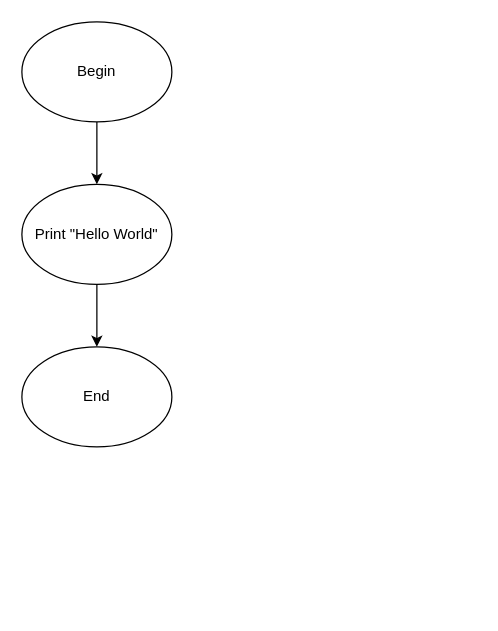
The draw.io diagram Untitled Diagram.drawio in gabbysmith2/hello-world, before the edit. Source tidied: cells renumbered, new cells numbered last; positions are measured from the earlier drawing's top-left corner, leaving out a move shared by most shapes. Both pictures are drawn from the tidied source at 125%, with x=0, y=0 at pixel (21, 21).
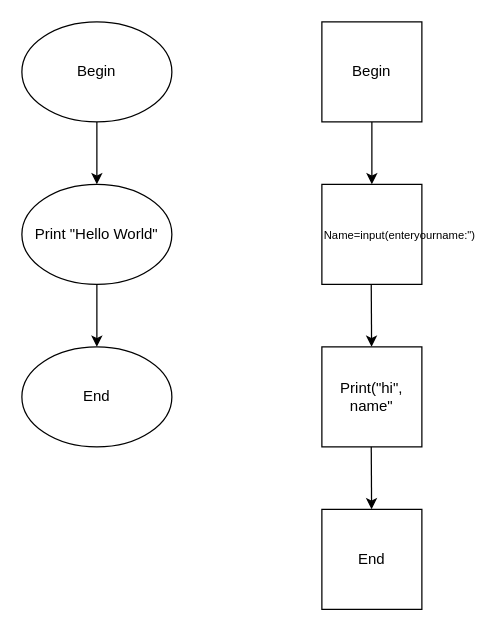
The same page after the edit.

Diff of the diagram source:
```diff
@@
 <mxGraphModel>
   <root>
     <mxCell id="0" />
     <mxCell id="1" parent="0" />
     <mxCell id="2" value="Begin" style="ellipse;whiteSpace=wrap;html=1;" parent="1" vertex="1">
       <mxGeometry width="120" height="80" as="geometry" />
     </mxCell>
     <mxCell id="3" style="endArrow=classic;html=1;rounded=0;exitX=0.5;exitY=1;exitDx=0;exitDy=0;" parent="1" edge="1" source="2" target="4">
       <mxGeometry relative="1" as="geometry" />
     </mxCell>
     <mxCell id="4" value="Print &quot;Hello World&quot;" style="ellipse;whiteSpace=wrap;html=1;" parent="1" vertex="1">
       <mxGeometry y="130" width="120" height="80" as="geometry" />
     </mxCell>
     <mxCell id="5" style="endArrow=classic;html=1;rounded=0;exitX=0.5;exitY=1;exitDx=0;exitDy=0;" parent="1" edge="1" source="4" target="6">
       <mxGeometry relative="1" as="geometry" />
     </mxCell>
     <mxCell id="6" value="End" style="ellipse;whiteSpace=wrap;html=1;" parent="1" vertex="1">
       <mxGeometry y="260" width="120" height="80" as="geometry" />
     </mxCell>
+    <mxCell id="7" value="Begin" style="whiteSpace=wrap;html=1;" parent="1" vertex="1">
+      <mxGeometry x="240" width="80" height="80" as="geometry" />
+    </mxCell>
+    <mxCell id="8" style="endArrow=classic;html=1;rounded=0;" parent="1" edge="1" target="9">
+      <mxGeometry relative="1" as="geometry">
+        <mxPoint x="280" y="80" as="sourcePoint" />
+        <Array as="points">
+          <mxPoint x="280" y="80" />
+        </Array>
+      </mxGeometry>
+    </mxCell>
+    <mxCell id="9" value="&lt;font style=&quot;font-size: 9px&quot;&gt;Name=input(enteryourname:&quot;)&lt;/font&gt;" style="whiteSpace=wrap;html=1;align=left;" parent="1" vertex="1">
+      <mxGeometry x="240" y="130" width="80" height="80" as="geometry" />
+    </mxCell>
+    <mxCell id="10" style="endArrow=classic;html=1;rounded=0;" parent="1" edge="1" target="11">
+      <mxGeometry relative="1" as="geometry">
+        <mxPoint x="279.5" y="210" as="sourcePoint" />
+        <Array as="points">
+          <mxPoint x="279.5" y="210" />
+        </Array>
+      </mxGeometry>
+    </mxCell>
+    <mxCell id="11" value="Print(&quot;hi&quot;, name&quot;" style="whiteSpace=wrap;html=1;" parent="1" vertex="1">
+      <mxGeometry x="240" y="260" width="80" height="80" as="geometry" />
+    </mxCell>
+    <mxCell id="12" style="endArrow=classic;html=1;rounded=0;" parent="1" edge="1" target="13">
+      <mxGeometry relative="1" as="geometry">
+        <mxPoint x="279.5" y="340" as="sourcePoint" />
+        <Array as="points">
+          <mxPoint x="279.5" y="340" />
+        </Array>
+      </mxGeometry>
+    </mxCell>
+    <mxCell id="13" value="End" style="whiteSpace=wrap;html=1;" parent="1" vertex="1">
+      <mxGeometry x="240" y="390" width="80" height="80" as="geometry" />
+    </mxCell>
   </root>
 </mxGraphModel>
```
